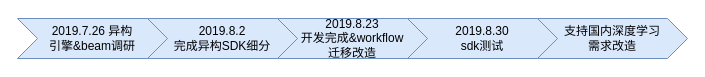
This is homogeneous_engine.drawio from learn2Pro/draw_io_save, a draw.io file, before an edit. Source tidied: cells renumbered, new cells numbered last; positions are measured from the earlier drawing's top-left corner, leaving out a move shared by most shapes. Both pictures are drawn from the tidied source at 100%, with x=0, y=0 at pixel (17, 18).
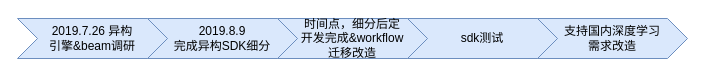
After the change.

What changed in the source:
```diff
@@
 <mxGraphModel>
   <root>
     <mxCell id="0" />
     <mxCell id="1" parent="0" />
     <mxCell id="2" value="2019.7.26 异构&lt;br&gt;引擎&amp;amp;beam调研" style="shape=step;perimeter=stepPerimeter;whiteSpace=wrap;html=1;fixedSize=1;fillColor=#dae8fc;strokeColor=#6c8ebf;" parent="1" vertex="1">
       <mxGeometry width="150" height="40" as="geometry" />
     </mxCell>
-    <mxCell id="3" value="2019.8.2&lt;br&gt;完成异构SDK细分" style="shape=step;perimeter=stepPerimeter;whiteSpace=wrap;html=1;fixedSize=1;fillColor=#dae8fc;strokeColor=#6c8ebf;" parent="1" vertex="1">
+    <mxCell id="3" value="2019.8.9&lt;br&gt;完成异构SDK细分" style="shape=step;perimeter=stepPerimeter;whiteSpace=wrap;html=1;fixedSize=1;fillColor=#dae8fc;strokeColor=#6c8ebf;" parent="1" vertex="1">
       <mxGeometry x="130" width="150" height="40" as="geometry" />
     </mxCell>
-    <mxCell id="4" value="2019.8.23&lt;br&gt;开发完成&amp;amp;workflow&lt;br&gt;迁移改造" style="shape=step;perimeter=stepPerimeter;whiteSpace=wrap;html=1;fixedSize=1;fillColor=#dae8fc;strokeColor=#6c8ebf;" parent="1" vertex="1">
+    <mxCell id="4" value="时间点，细分后定&lt;br&gt;开发完成&amp;amp;workflow&lt;br&gt;迁移改造" style="shape=step;perimeter=stepPerimeter;whiteSpace=wrap;html=1;fixedSize=1;fillColor=#dae8fc;strokeColor=#6c8ebf;" parent="1" vertex="1">
       <mxGeometry x="260" width="150" height="40" as="geometry" />
     </mxCell>
-    <mxCell id="5" value="2019.8.30&lt;br&gt;sdk测试" style="shape=step;perimeter=stepPerimeter;whiteSpace=wrap;html=1;fixedSize=1;fillColor=#dae8fc;strokeColor=#6c8ebf;" parent="1" vertex="1">
+    <mxCell id="5" value="sdk测试" style="shape=step;perimeter=stepPerimeter;whiteSpace=wrap;html=1;fixedSize=1;fillColor=#dae8fc;strokeColor=#6c8ebf;" parent="1" vertex="1">
       <mxGeometry x="390" width="150" height="40" as="geometry" />
     </mxCell>
     <mxCell id="6" value="支持国内深度学习&lt;br&gt;需求改造" style="shape=step;perimeter=stepPerimeter;whiteSpace=wrap;html=1;fixedSize=1;fillColor=#dae8fc;strokeColor=#6c8ebf;" parent="1" vertex="1">
       <mxGeometry x="520" width="150" height="40" as="geometry" />
     </mxCell>
   </root>
 </mxGraphModel>
```
